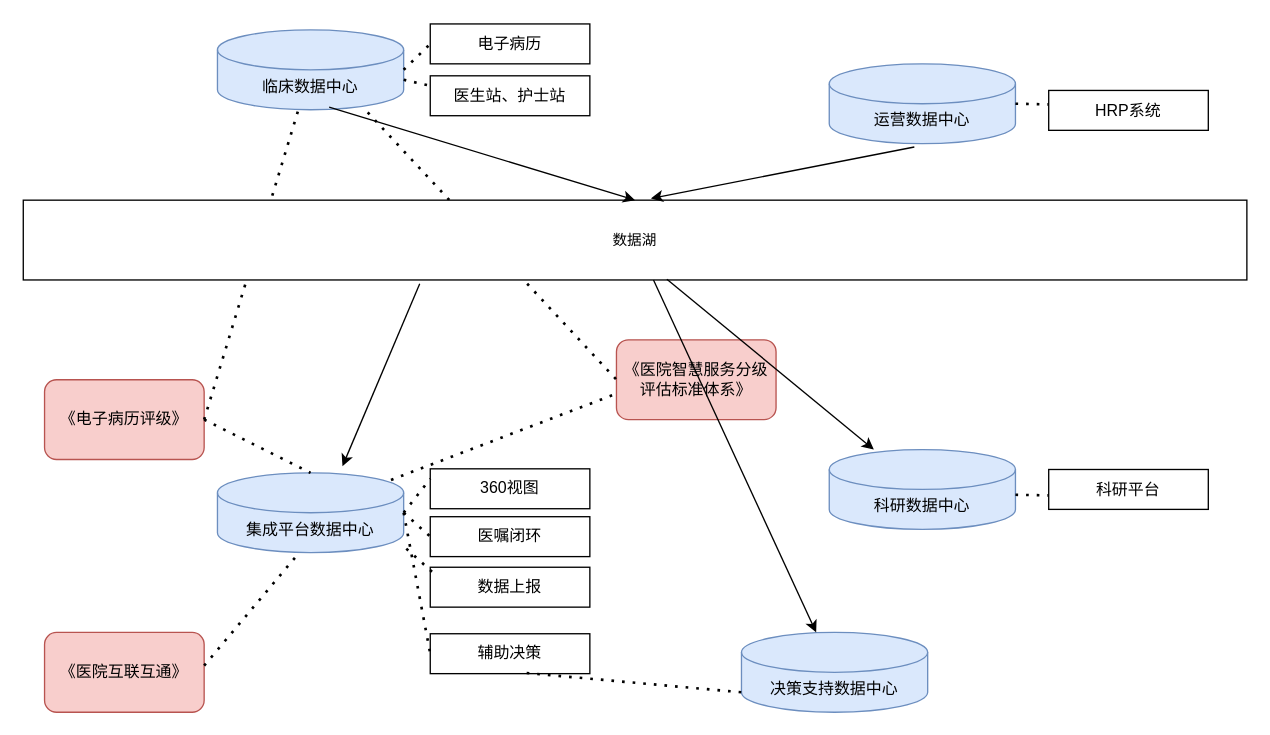
This is page "第 2 页" (2 of 4) of 医院全量数据中心.drawio from goylsf/image, a draw.io file, before an edit. Source tidied: cells renumbered, new cells numbered last; positions are measured from the earlier drawing's top-left corner, leaving out a move shared by most shapes. Both pictures are drawn from the tidied source at 133%, with x=0, y=0 at pixel (23, 24).
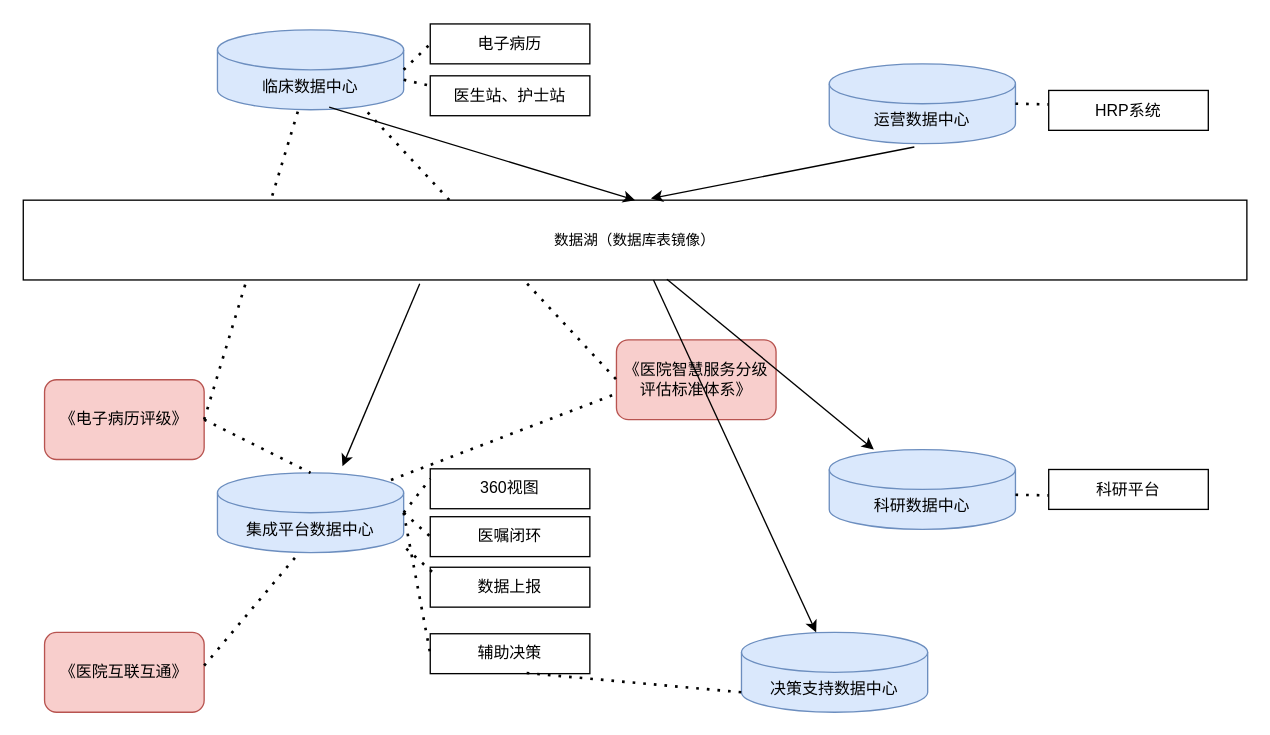
Above is the later version.

Change to the diagram source:
```diff
@@
-    <mxCell id="32" value="数据湖" style="rounded=0;whiteSpace=wrap;html=1;fontSize=11;" parent="1" vertex="1">
+    <mxCell id="32" value="数据湖（数据库表镜像）" style="rounded=0;whiteSpace=wrap;html=1;fontSize=11;" parent="1" vertex="1">
       <mxGeometry y="132" width="920" height="60" as="geometry" />
     </mxCell>
```
